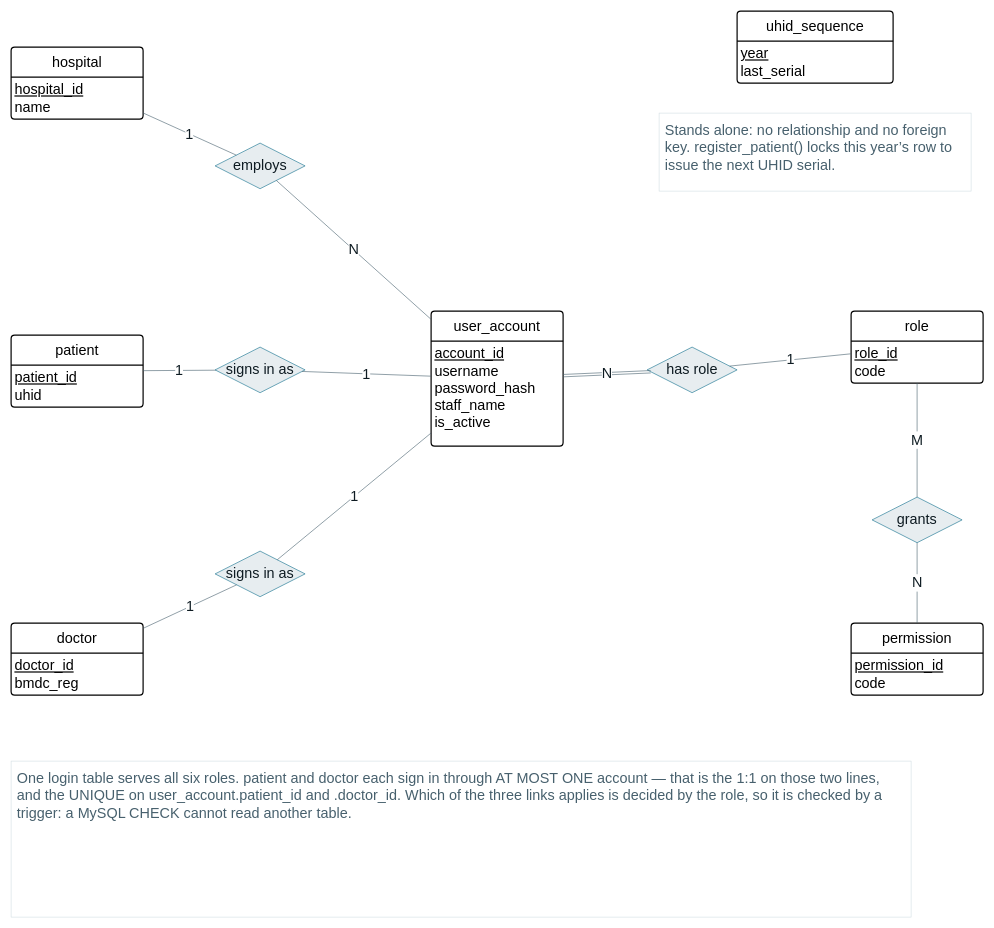
Before: page "4 · Access" (4 of 6) of docs/er-diagrams/uhid-er-chen-boxed.drawio in NoboIshraque/hospital-management-system, a draw.io diagram. Source tidied: cells renumbered, new cells numbered last; positions are measured from the earlier drawing's top-left corner, leaving out a move shared by most shapes. Both pictures are drawn from the tidied source at 60%, with x=0, y=0 at pixel (11, 11).
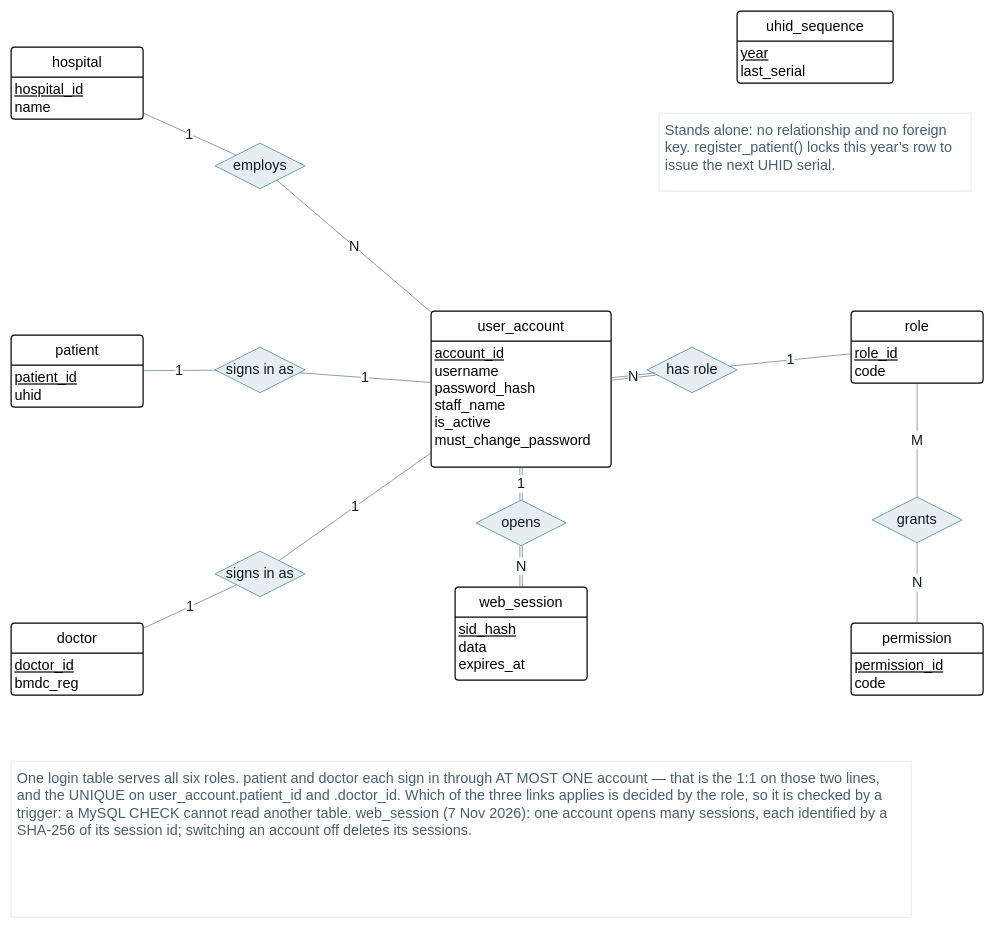
Above is the later version.

Diff of the diagram source:
```diff
@@
     <mxCell id="8" value="user_account" style="swimlane;horizontal=1;startSize=50;rounded=1;fontSize=24;fontStyle=0;strokeWidth=2;shadow=0;dashed=0;align=center;arcSize=4;whiteSpace=wrap;html=1;" parent="1" vertex="1">
-      <mxGeometry x="700" y="500" width="220" height="225" as="geometry" />
+      <mxGeometry x="700" y="500" width="300" height="260" as="geometry" />
     </mxCell>
-    <mxCell id="9" value="&lt;u&gt;account_id&lt;/u&gt;&lt;div&gt;username&lt;/div&gt;&lt;div&gt;password_hash&lt;/div&gt;&lt;div&gt;staff_name&lt;/div&gt;&lt;div&gt;is_active&lt;/div&gt;" style="align=left;strokeColor=none;fillColor=none;spacingLeft=4;spacingRight=4;fontSize=24;verticalAlign=top;html=1;whiteSpace=wrap;" parent="8" vertex="1">
-      <mxGeometry y="50" width="220" height="175" as="geometry" />
+    <mxCell id="9" value="&lt;u&gt;account_id&lt;/u&gt;&lt;div&gt;username&lt;/div&gt;&lt;div&gt;password_hash&lt;/div&gt;&lt;div&gt;staff_name&lt;/div&gt;&lt;div&gt;is_active&lt;/div&gt;&lt;div&gt;must_change_password&lt;/div&gt;" style="align=left;strokeColor=none;fillColor=none;spacingLeft=4;spacingRight=4;fontSize=24;verticalAlign=top;html=1;whiteSpace=wrap;" parent="8" vertex="1">
+      <mxGeometry y="50" width="300" height="210" as="geometry" />
     </mxCell>
@@
-    <mxCell id="29" value="One login table serves all six roles. patient and doctor each sign in through AT MOST ONE account — that is the 1:1 on those two lines, and the UNIQUE on user_account.patient_id and .doctor_id. Which of the three links applies is decided by the role, so it is checked by a trigger: a MySQL CHECK cannot read another table." style="text;html=1;align=left;verticalAlign=top;whiteSpace=wrap;fontSize=24;fontColor=#47606D;fillColor=#FFFFFF;strokeColor=#D3DEE3;spacing=10;" parent="1" vertex="1">
+    <mxCell id="29" value="One login table serves all six roles. patient and doctor each sign in through AT MOST ONE account — that is the 1:1 on those two lines, and the UNIQUE on user_account.patient_id and .doctor_id. Which of the three links applies is decided by the role, so it is checked by a trigger: a MySQL CHECK cannot read another table. web_session (7 Nov 2026): one account opens many sessions, each identified by a SHA-256 of its session id; switching an account off deletes its sessions." style="text;html=1;align=left;verticalAlign=top;whiteSpace=wrap;fontSize=24;fontColor=#47606D;fillColor=#FFFFFF;strokeColor=#D3DEE3;spacing=10;" parent="1" vertex="1">
       <mxGeometry y="1250" width="1500" height="260" as="geometry" />
     </mxCell>
@@
+    <mxCell id="33" value="opens" style="rhombus;whiteSpace=wrap;html=1;fillColor=#E7EDF0;strokeColor=#0E6E8C;fontColor=#0E1B22;fontSize=24;" parent="1" vertex="1">
+      <mxGeometry x="775" y="815" width="150" height="76" as="geometry" />
+    </mxCell>
+    <mxCell id="34" value="web_session" style="swimlane;horizontal=1;startSize=50;rounded=1;fontSize=24;fontStyle=0;strokeWidth=2;shadow=0;dashed=0;align=center;arcSize=4;whiteSpace=wrap;html=1;" parent="1" vertex="1">
+      <mxGeometry x="740" y="960" width="220" height="155" as="geometry" />
+    </mxCell>
+    <mxCell id="35" value="&lt;u&gt;sid_hash&lt;/u&gt;&lt;div&gt;data&lt;/div&gt;&lt;div&gt;expires_at&lt;/div&gt;" style="align=left;strokeColor=none;fillColor=none;spacingLeft=4;spacingRight=4;fontSize=24;verticalAlign=top;html=1;whiteSpace=wrap;" parent="34" vertex="1">
+      <mxGeometry y="50" width="220" height="105" as="geometry" />
+    </mxCell>
+    <mxCell id="36" value="1" style="edgeStyle=none;html=1;endArrow=none;startArrow=none;strokeColor=#47606D;fontSize=24;fontColor=#0E1B22;labelBackgroundColor=#FFFFFF;shape=link;" parent="1" edge="1" source="8" target="33">
+      <mxGeometry relative="1" as="geometry" />
+    </mxCell>
+    <mxCell id="37" value="N" style="edgeStyle=none;html=1;endArrow=none;startArrow=none;strokeColor=#47606D;fontSize=24;fontColor=#0E1B22;labelBackgroundColor=#FFFFFF;shape=link;" parent="1" edge="1" source="34" target="33">
+      <mxGeometry relative="1" as="geometry" />
+    </mxCell>
```
